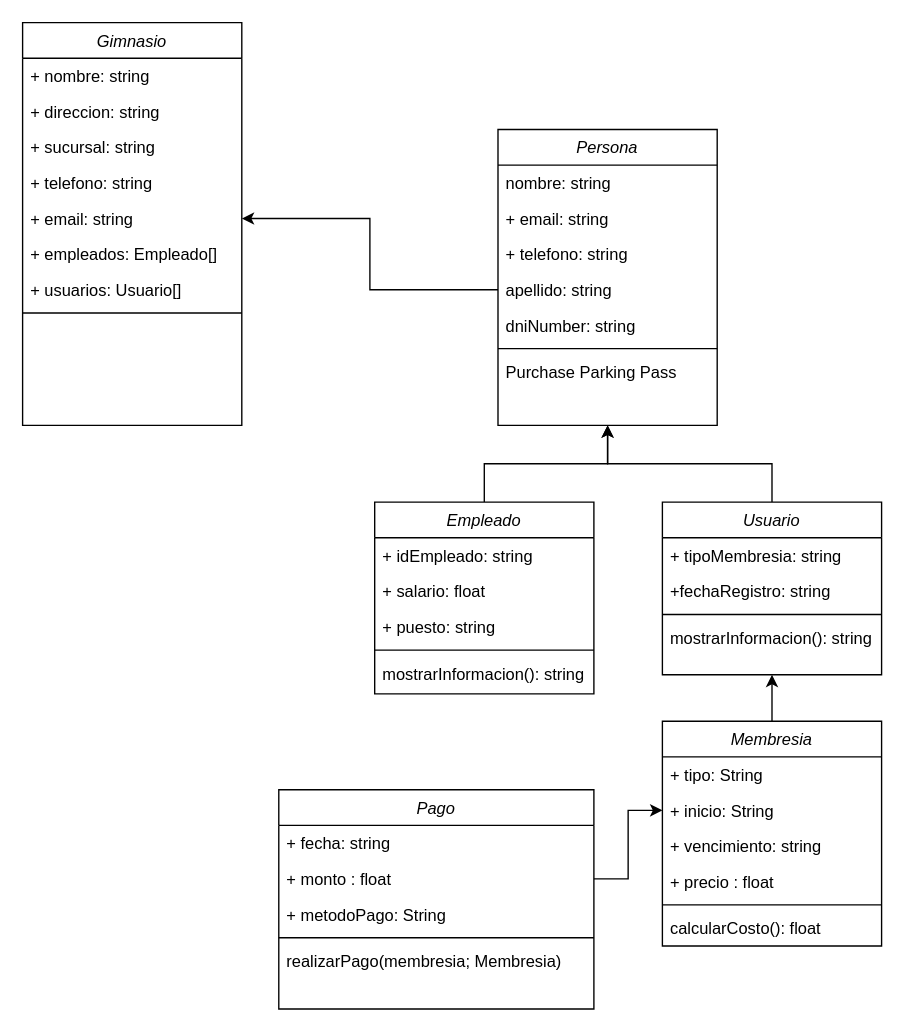
Above: GestionDeGimnasios.drawio in FJavierVC/GestionDeGimnasios (draw.io), before the change. Source tidied: cells renumbered, new cells numbered last; positions are measured from the earlier drawing's top-left corner, leaving out a move shared by most shapes. Both pictures are drawn from the tidied source at 137%, with x=0, y=0 at pixel (22, 22).
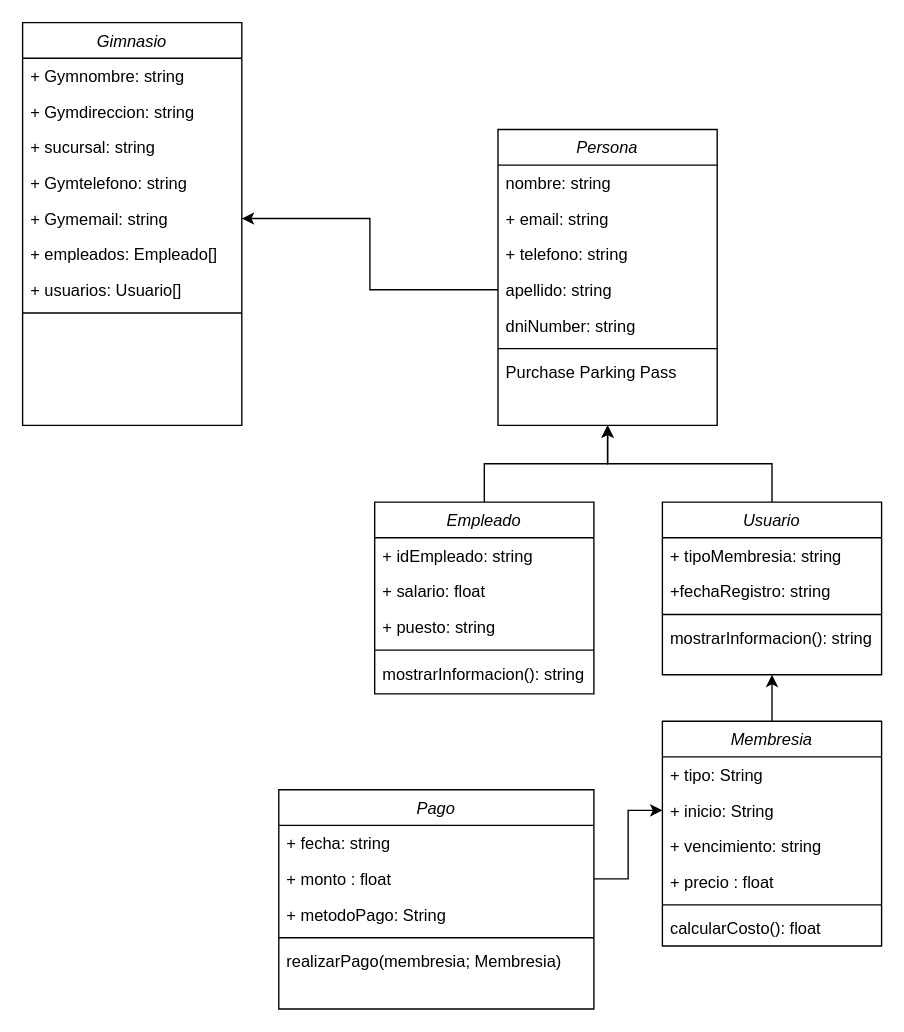
The same diagram, later.

Unchanged cells that the change refers to:
```xml
<mxCell id="2" value="Gimnasio" style="swimlane;fontStyle=2;align=center;verticalAlign=top;horizontal=1;startSize=26;rounded=0;shadow=0;strokeWidth=1;" parent="1" vertex="1">
  <mxGeometry width="160" height="294" as="geometry" />
</mxCell>
```

Diff of the diagram source:
```diff
@@
-    <mxCell id="3" value="+ nombre: string" style="text;align=left;verticalAlign=top;spacingLeft=4;spacingRight=4;overflow=hidden;" parent="2" vertex="1">
+    <mxCell id="3" value="+ Gymnombre: string" style="text;align=left;verticalAlign=top;spacingLeft=4;spacingRight=4;overflow=hidden;" parent="2" vertex="1">
       <mxGeometry y="26" width="160" height="26" as="geometry" />
     </mxCell>
-    <mxCell id="4" value="+ direccion: string" style="text;align=left;verticalAlign=top;spacingLeft=4;spacingRight=4;overflow=hidden;rounded=0;shadow=0;html=0;" parent="2" vertex="1">
+    <mxCell id="4" value="+ Gymdireccion: string" style="text;align=left;verticalAlign=top;spacingLeft=4;spacingRight=4;overflow=hidden;rounded=0;shadow=0;html=0;" parent="2" vertex="1">
       <mxGeometry y="52" width="160" height="26" as="geometry" />
     </mxCell>
@@
-    <mxCell id="6" value="+ telefono: string" style="text;align=left;verticalAlign=top;spacingLeft=4;spacingRight=4;overflow=hidden;rounded=0;shadow=0;html=0;" parent="2" vertex="1">
+    <mxCell id="6" value="+ Gymtelefono: string" style="text;align=left;verticalAlign=top;spacingLeft=4;spacingRight=4;overflow=hidden;rounded=0;shadow=0;html=0;" parent="2" vertex="1">
       <mxGeometry y="104" width="160" height="26" as="geometry" />
     </mxCell>
-    <mxCell id="7" value="+ email: string" style="text;align=left;verticalAlign=top;spacingLeft=4;spacingRight=4;overflow=hidden;points=[[0,0.5],[1,0.5]];portConstraint=eastwest;rounded=0;shadow=0;html=0;" parent="2" vertex="1">
+    <mxCell id="7" value="+ Gymemail: string" style="text;align=left;verticalAlign=top;spacingLeft=4;spacingRight=4;overflow=hidden;points=[[0,0.5],[1,0.5]];portConstraint=eastwest;rounded=0;shadow=0;html=0;" parent="2" vertex="1">
       <mxGeometry y="130" width="160" height="26" as="geometry" />
     </mxCell>
```
